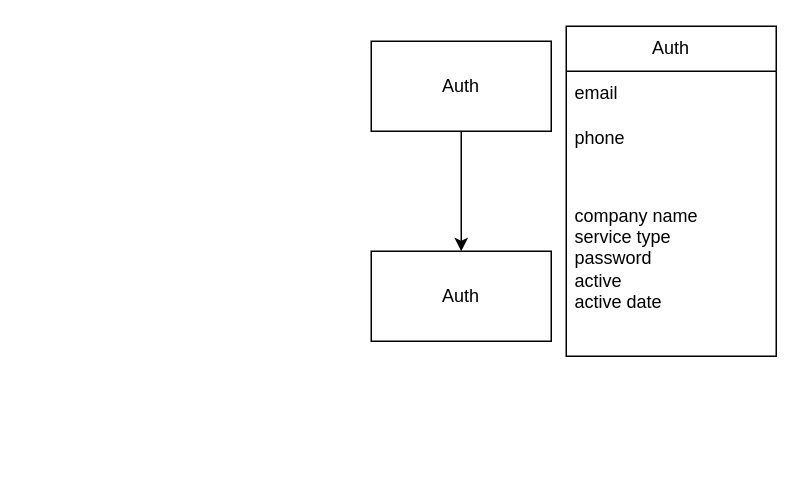
Above: med.drawio in shaxboz19/excel (draw.io), before the change. Source tidied: cells renumbered, new cells numbered last; positions are measured from the earlier drawing's top-left corner, leaving out a move shared by most shapes. Both pictures are drawn from the tidied source at 150%, with x=0, y=0 at pixel (370, 26).
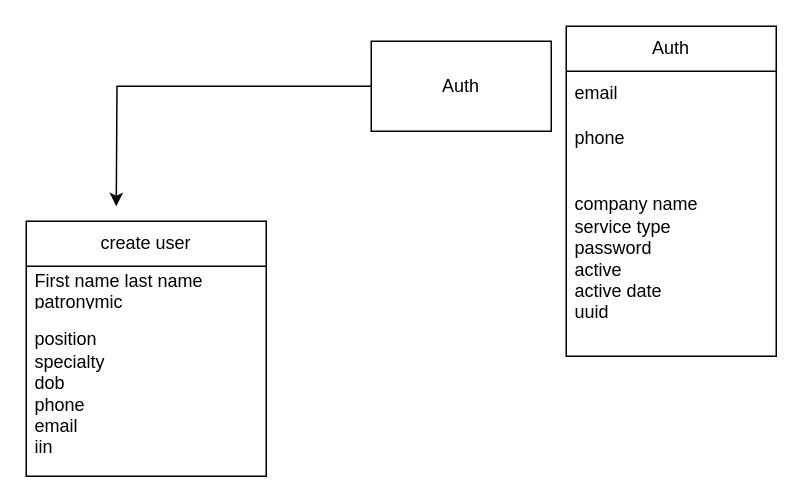
The same diagram, later.

Change to the diagram source:
```diff
@@
 <mxGraphModel>
   <root>
     <mxCell id="0" />
     <mxCell id="1" parent="0" />
-    <mxCell id="2" style="edgeStyle=orthogonalEdgeStyle;rounded=0;jettySize=auto;html=1;" parent="1" edge="1" source="3" target="4">
-      <mxGeometry relative="1" as="geometry" />
+    <mxCell id="2" style="edgeStyle=orthogonalEdgeStyle;rounded=0;jettySize=auto;html=1;" parent="1" edge="1" source="3">
+      <mxGeometry relative="1" as="geometry">
+        <mxPoint x="-170" y="120" as="targetPoint" />
+      </mxGeometry>
     </mxCell>
     <mxCell id="3" value="Auth" style="rounded=0;whiteSpace=wrap;html=1;" parent="1" vertex="1">
       <mxGeometry y="10" width="120" height="60" as="geometry" />
     </mxCell>
-    <mxCell id="4" value="Auth" style="rounded=0;whiteSpace=wrap;html=1;" parent="1" vertex="1">
-      <mxGeometry y="150" width="120" height="60" as="geometry" />
-    </mxCell>
     <mxCell id="5" value="Auth" style="swimlane;fontStyle=0;horizontal=1;startSize=30;whiteSpace=wrap;html=1;" parent="1" vertex="1">
       <mxGeometry x="130" width="140" height="220" as="geometry" />
     </mxCell>
     <mxCell id="6" value="email" style="text;strokeColor=none;fillColor=none;align=left;verticalAlign=middle;spacingLeft=4;spacingRight=4;overflow=hidden;whiteSpace=wrap;html=1;" parent="5" vertex="1">
       <mxGeometry y="30" width="140" height="30" as="geometry" />
     </mxCell>
     <mxCell id="7" value="phone" style="text;strokeColor=none;fillColor=none;align=left;verticalAlign=middle;spacingLeft=4;spacingRight=4;overflow=hidden;whiteSpace=wrap;html=1;" parent="5" vertex="1">
       <mxGeometry y="60" width="140" height="30" as="geometry" />
     </mxCell>
-    <mxCell id="8" value="company name&lt;br&gt;service type&lt;br&gt;password&lt;br&gt;active&lt;br&gt;active date" style="text;strokeColor=none;fillColor=none;align=left;verticalAlign=middle;spacingLeft=4;spacingRight=4;overflow=hidden;whiteSpace=wrap;html=1;" parent="5" vertex="1">
+    <mxCell id="8" value="company name&lt;br&gt;service type&lt;br&gt;password&lt;br&gt;active&lt;br&gt;active date&lt;br&gt;uuid" style="text;strokeColor=none;fillColor=none;align=left;verticalAlign=middle;spacingLeft=4;spacingRight=4;overflow=hidden;whiteSpace=wrap;html=1;" parent="5" vertex="1">
       <mxGeometry y="90" width="140" height="130" as="geometry" />
     </mxCell>
+    <mxCell id="9" value="create user" style="swimlane;fontStyle=0;horizontal=1;startSize=30;whiteSpace=wrap;html=1;" parent="1" vertex="1">
+      <mxGeometry x="-230" y="130" width="160" height="170" as="geometry" />
+    </mxCell>
+    <mxCell id="10" value="First name last name patronymic" style="text;strokeColor=none;fillColor=none;align=left;verticalAlign=middle;spacingLeft=4;spacingRight=4;overflow=hidden;whiteSpace=wrap;html=1;" parent="9" vertex="1">
+      <mxGeometry y="30" width="160" height="30" as="geometry" />
+    </mxCell>
+    <mxCell id="11" value="position&lt;br&gt;specialty&lt;br&gt;dob&amp;nbsp;&lt;br&gt;phone&lt;br&gt;email&lt;br&gt;iin&amp;nbsp;&lt;br&gt;" style="text;strokeColor=none;fillColor=none;align=left;verticalAlign=middle;spacingLeft=4;spacingRight=4;overflow=hidden;whiteSpace=wrap;html=1;" parent="9" vertex="1">
+      <mxGeometry y="60" width="160" height="110" as="geometry" />
+    </mxCell>
   </root>
 </mxGraphModel>
```
